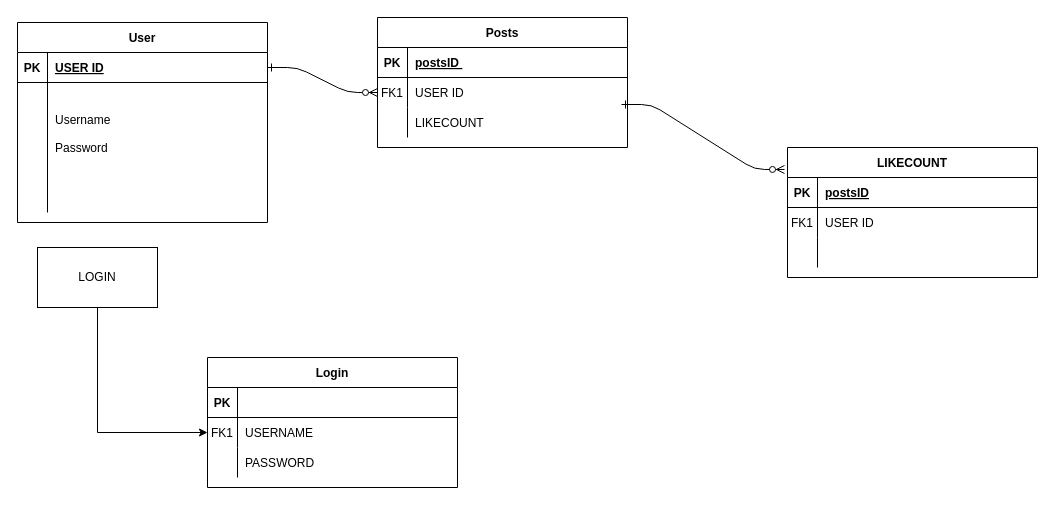
staten-island-tech/supabase-kukud-syot keeps this draw.io diagram as whalenproj.drawio. Above is the earlier version. Source tidied: cells renumbered, new cells numbered last; positions are measured from the earlier drawing's top-left corner, leaving out a move shared by most shapes. Both pictures are drawn from the tidied source at 100%, with x=0, y=0 at pixel (17, 17).
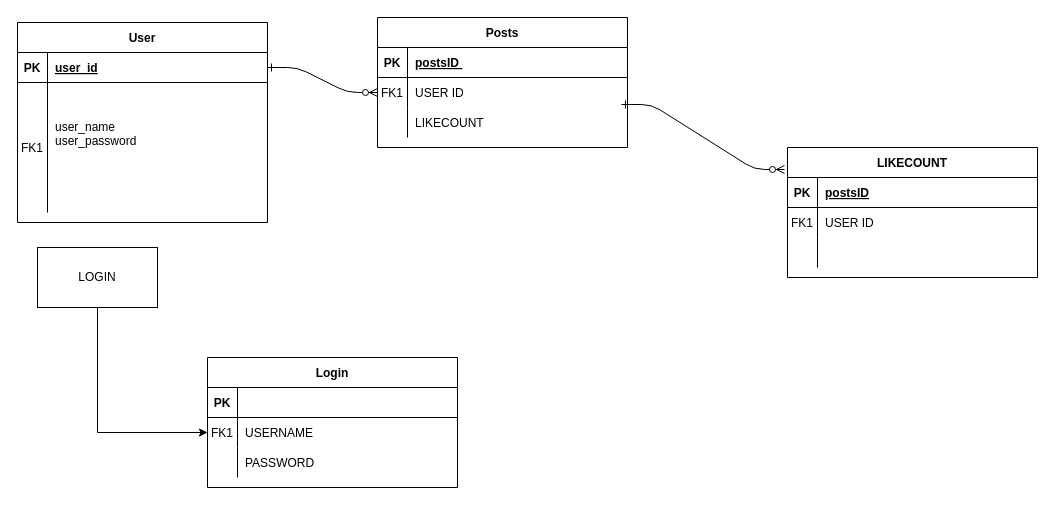
The same diagram, later.

Unchanged cells that the change refers to:
```xml
<mxCell id="25" style="shape=partialRectangle;fillColor=none;points=[[0,0.5],[1,0.5]];portConstraint=eastwest;top=0;left=0;right=0;bottom=1;" parent="24" vertex="1">
  <mxGeometry y="30" width="250" height="30" as="geometry" />
</mxCell>
<mxCell id="28" style="shape=partialRectangle;fillColor=none;top=0;left=0;right=0;bottom=0;" parent="24" vertex="1">
  <mxGeometry y="60" width="250" height="130" as="geometry" />
</mxCell>
```

What changed in the source:
```diff
@@
-    <mxCell id="27" value="USER ID" style="shape=partialRectangle;overflow=hidden;fillColor=none;top=0;left=0;bottom=0;right=0;align=left;spacingLeft=6;fontStyle=5;" parent="25" vertex="1">
+    <mxCell id="27" value="user_id" style="shape=partialRectangle;overflow=hidden;fillColor=none;top=0;left=0;bottom=0;right=0;align=left;spacingLeft=6;fontStyle=5;" parent="25" vertex="1">
       <mxGeometry x="30" width="220" height="30" as="geometry" />
     </mxCell>
@@
-    <mxCell id="29" style="shape=partialRectangle;overflow=hidden;fillColor=none;top=0;left=0;bottom=0;right=0;" parent="28" vertex="1">
+    <mxCell id="29" value="FK1" style="shape=partialRectangle;overflow=hidden;fillColor=none;top=0;left=0;bottom=0;right=0;" parent="28" vertex="1">
       <mxGeometry width="30" height="130" as="geometry" />
     </mxCell>
-    <mxCell id="30" value="Username&#10;&#10;Password &#10;&#10;" style="shape=partialRectangle;overflow=hidden;fillColor=none;top=0;left=0;bottom=0;right=0;align=left;spacingLeft=6;" parent="28" vertex="1">
+    <mxCell id="30" value="user_name&#10;user_password&#10;&#10;" style="shape=partialRectangle;overflow=hidden;fillColor=none;top=0;left=0;bottom=0;right=0;align=left;spacingLeft=6;" parent="28" vertex="1">
       <mxGeometry x="30" width="220" height="130" as="geometry" />
     </mxCell>
```
